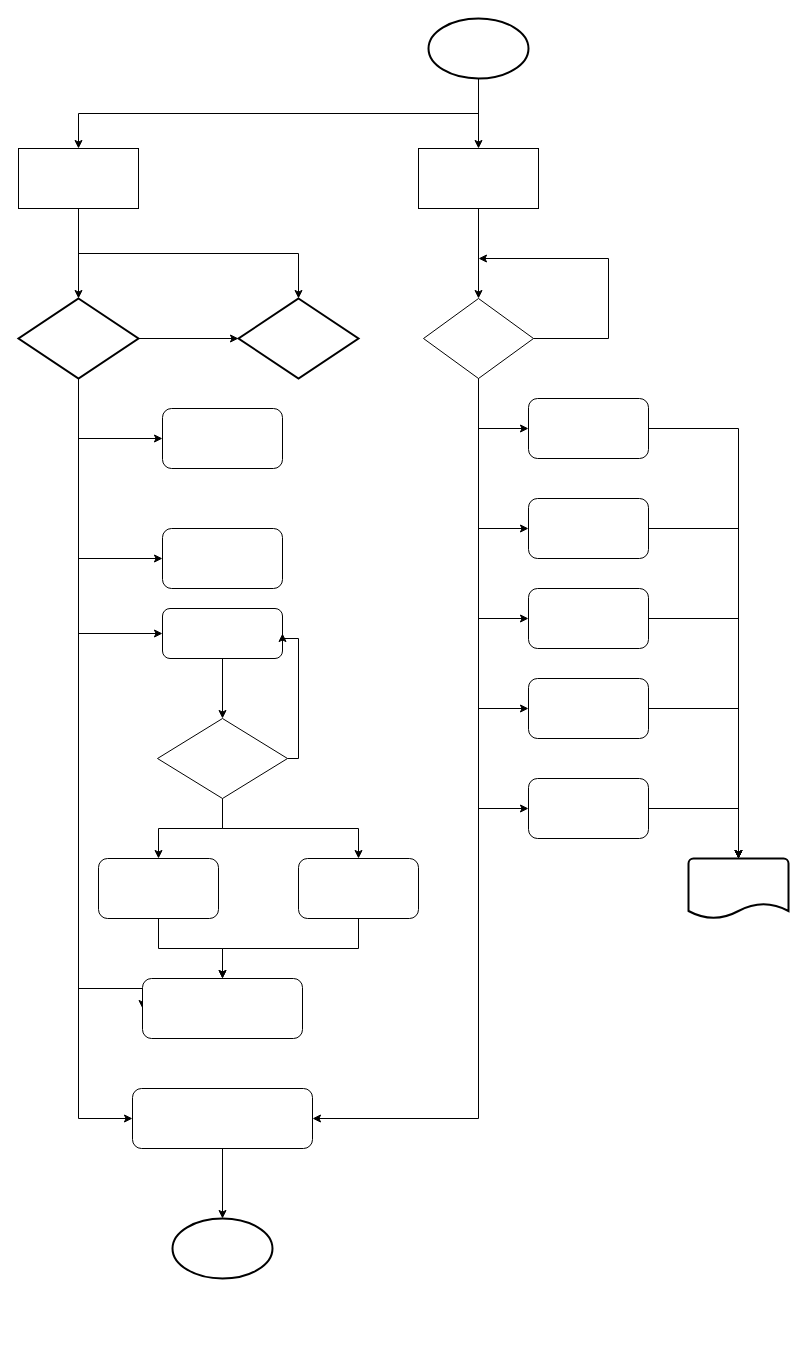
The draw.io diagram uploads/Untitled Diagram.drawio in Gerallt28/Tugas_akhir12, before the edit. Source tidied: cells renumbered, new cells numbered last; positions are measured from the earlier drawing's top-left corner, leaving out a move shared by most shapes. Both pictures are drawn from the tidied source at 100%, with x=0, y=0 at pixel (18, 18).
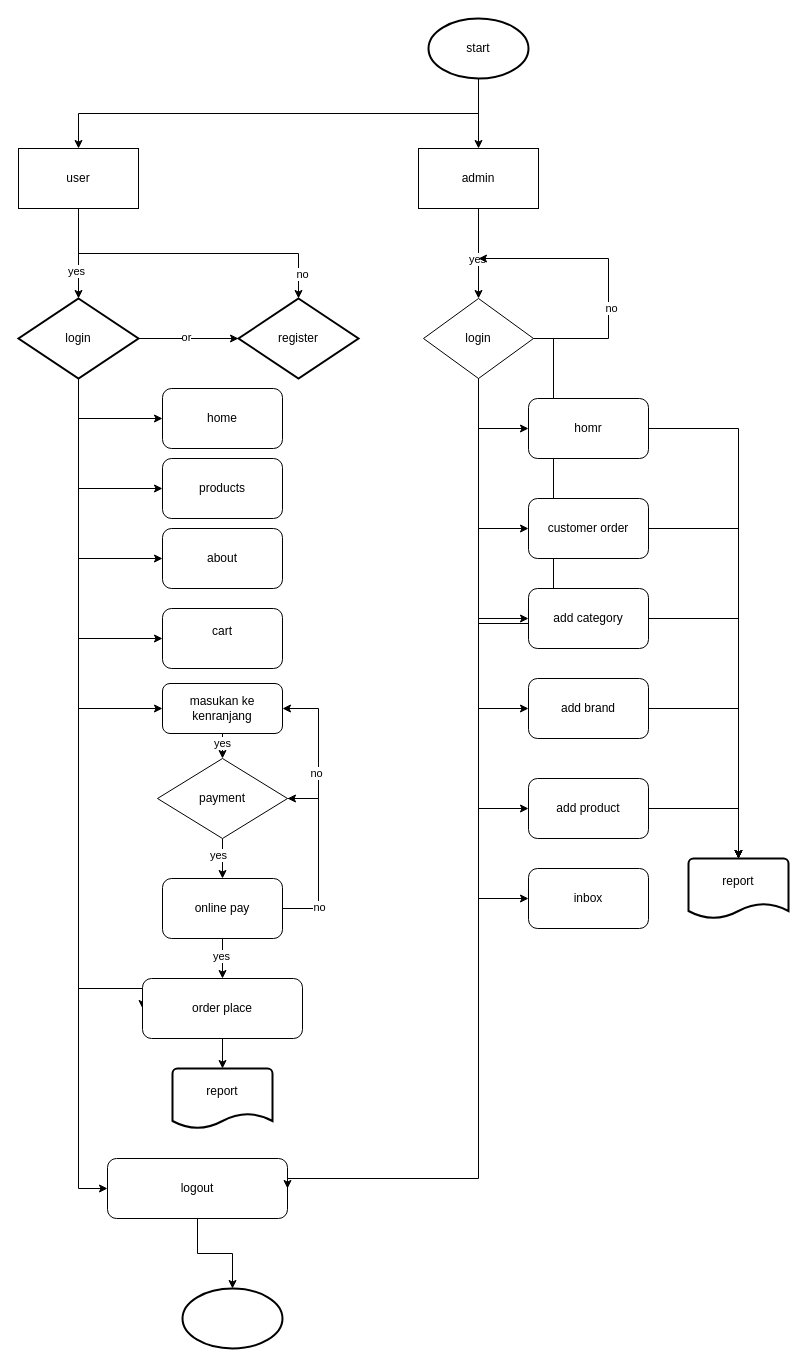
The same page after the edit.

Unchanged cells that the change refers to:
```xml
<mxCell id="7" style="edgeStyle=orthogonalEdgeStyle;rounded=0;jettySize=auto;html=1;" parent="1" edge="1" source="8" target="41">
  <mxGeometry relative="1" as="geometry" />
</mxCell>
<mxCell id="9" style="edgeStyle=orthogonalEdgeStyle;rounded=0;jettySize=auto;html=1;" parent="1" edge="1" source="11" target="18">
  <mxGeometry relative="1" as="geometry" />
</mxCell>
<mxCell id="10" style="edgeStyle=orthogonalEdgeStyle;rounded=0;jettySize=auto;html=1;exitX=0.5;exitY=1;exitDx=0;exitDy=0;" parent="1" edge="1" source="11" target="19">
  <mxGeometry relative="1" as="geometry" />
</mxCell>
<mxCell id="12" style="edgeStyle=orthogonalEdgeStyle;rounded=0;jettySize=auto;html=1;" parent="1" edge="1" source="18" target="19">
  <mxGeometry relative="1" as="geometry" />
</mxCell>
<mxCell id="24" style="edgeStyle=orthogonalEdgeStyle;rounded=0;jettySize=auto;html=1;" parent="1" edge="1" source="25" target="29">
  <mxGeometry relative="1" as="geometry" />
</mxCell>
<mxCell id="27" style="edgeStyle=orthogonalEdgeStyle;rounded=0;jettySize=auto;html=1;entryX=0.5;entryY=0;entryDx=0;entryDy=0;" parent="1" edge="1" source="29" target="33">
  <mxGeometry relative="1" as="geometry" />
</mxCell>
<mxCell id="32" style="edgeStyle=orthogonalEdgeStyle;rounded=0;jettySize=auto;html=1;entryX=0.5;entryY=0;entryDx=0;entryDy=0;" parent="1" edge="1" source="33" target="34">
  <mxGeometry relative="1" as="geometry" />
</mxCell>
<mxCell id="42" style="endArrow=classic;html=1;rounded=0;exitX=1;exitY=0.5;exitDx=0;exitDy=0;" parent="1" edge="1" source="41">
  <mxGeometry relative="1" as="geometry">
    <mxPoint x="460" y="240" as="targetPoint" />
    <Array as="points">
      <mxPoint x="590" y="320" />
      <mxPoint x="590" y="240" />
    </Array>
  </mxGeometry>
</mxCell>
```

Change to the diagram source:
```diff
@@
-    <mxCell id="4" style="strokeWidth=2;html=1;shape=mxgraph.flowchart.start_1;whiteSpace=wrap;" parent="1" vertex="1">
+    <mxCell id="4" value="start" style="strokeWidth=2;html=1;shape=mxgraph.flowchart.start_1;whiteSpace=wrap;" parent="1" vertex="1">
       <mxGeometry x="410" width="100" height="60" as="geometry" />
     </mxCell>
     <mxCell id="5" style="strokeWidth=2;html=1;shape=mxgraph.flowchart.start_1;whiteSpace=wrap;" parent="1" vertex="1">
-      <mxGeometry x="154" y="1200" width="100" height="60" as="geometry" />
+      <mxGeometry x="164" y="1270" width="100" height="60" as="geometry" />
     </mxCell>
@@
+    <mxCell id="54" value="yes" style="edgeLabel;html=1;align=center;verticalAlign=middle;" parent="7" vertex="1">
+      <mxGeometry x="0.12" y="-2" relative="1" as="geometry" />
+    </mxCell>
-    <mxCell id="8" style="rounded=0;whiteSpace=wrap;html=1;" parent="1" vertex="1">
+    <mxCell id="8" value="admin" style="rounded=0;whiteSpace=wrap;html=1;" parent="1" vertex="1">
       <mxGeometry x="400" y="130" width="120" height="60" as="geometry" />
     </mxCell>
@@
+    <mxCell id="55" value="yes" style="edgeLabel;html=1;align=center;verticalAlign=middle;" parent="9" vertex="1">
+      <mxGeometry x="0.37" y="-3" relative="1" as="geometry" />
+    </mxCell>
@@
+    <mxCell id="56" value="no" style="edgeLabel;html=1;align=center;verticalAlign=middle;" parent="10" vertex="1">
+      <mxGeometry x="0.84" y="3" relative="1" as="geometry" />
+    </mxCell>
-    <mxCell id="11" style="rounded=0;whiteSpace=wrap;html=1;" parent="1" vertex="1">
+    <mxCell id="11" value="user" style="rounded=0;whiteSpace=wrap;html=1;" parent="1" vertex="1">
       <mxGeometry y="130" width="120" height="60" as="geometry" />
     </mxCell>
@@
+    <mxCell id="57" value="or" style="edgeLabel;html=1;align=center;verticalAlign=middle;" parent="12" vertex="1">
+      <mxGeometry x="-0.07" y="2" relative="1" as="geometry" />
+    </mxCell>
@@
+    <mxCell id="58" style="edgeStyle=orthogonalEdgeStyle;rounded=0;jettySize=auto;html=1;entryX=0;entryY=0.5;entryDx=0;entryDy=0;exitX=0.5;exitY=1;exitDx=0;exitDy=0;exitPerimeter=0;" parent="1" edge="1" source="18" target="70">
+      <mxGeometry relative="1" as="geometry" />
+    </mxCell>
+    <mxCell id="59" style="edgeStyle=orthogonalEdgeStyle;rounded=0;jettySize=auto;html=1;entryX=0;entryY=0.5;entryDx=0;entryDy=0;exitX=0.5;exitY=1;exitDx=0;exitDy=0;exitPerimeter=0;" parent="1" edge="1" source="18" target="71">
+      <mxGeometry relative="1" as="geometry" />
+    </mxCell>
-    <mxCell id="18" style="strokeWidth=2;html=1;shape=mxgraph.flowchart.decision;whiteSpace=wrap;" parent="1" vertex="1">
+    <mxCell id="18" value="login" style="strokeWidth=2;html=1;shape=mxgraph.flowchart.decision;whiteSpace=wrap;" parent="1" vertex="1">
       <mxGeometry y="280" width="120" height="80" as="geometry" />
     </mxCell>
-    <mxCell id="19" style="strokeWidth=2;html=1;shape=mxgraph.flowchart.decision;whiteSpace=wrap;" parent="1" vertex="1">
+    <mxCell id="19" value="register" style="strokeWidth=2;html=1;shape=mxgraph.flowchart.decision;whiteSpace=wrap;" parent="1" vertex="1">
       <mxGeometry x="220" y="280" width="120" height="80" as="geometry" />
     </mxCell>
-    <mxCell id="20" style="rounded=1;whiteSpace=wrap;html=1;" parent="1" vertex="1">
-      <mxGeometry x="144" y="390" width="120" height="60" as="geometry" />
+    <mxCell id="20" value="home" style="rounded=1;whiteSpace=wrap;html=1;" parent="1" vertex="1">
+      <mxGeometry x="144" y="370" width="120" height="60" as="geometry" />
     </mxCell>
-    <mxCell id="21" style="rounded=1;whiteSpace=wrap;html=1;" parent="1" vertex="1">
-      <mxGeometry x="144" y="510" width="120" height="60" as="geometry" />
+    <mxCell id="21" value="products" style="rounded=1;whiteSpace=wrap;html=1;" parent="1" vertex="1">
+      <mxGeometry x="144" y="440" width="120" height="60" as="geometry" />
     </mxCell>
@@
-    <mxCell id="23" style="rounded=1;whiteSpace=wrap;html=1;" parent="1" vertex="1">
-      <mxGeometry x="114" y="1070" width="180" height="60" as="geometry" />
+    <mxCell id="23" value="logout" style="rounded=1;whiteSpace=wrap;html=1;" parent="1" vertex="1">
+      <mxGeometry x="89" y="1140" width="180" height="60" as="geometry" />
     </mxCell>
@@
+    <mxCell id="60" value="yes" style="edgeLabel;html=1;align=center;verticalAlign=middle;" parent="24" vertex="1">
+      <mxGeometry x="0.41" y="-1" relative="1" as="geometry" />
+    </mxCell>
-    <mxCell id="25" style="rounded=1;whiteSpace=wrap;html=1;" parent="1" vertex="1">
-      <mxGeometry x="144" y="590" width="120" height="50" as="geometry" />
+    <mxCell id="25" value="masukan ke kenranjang" style="rounded=1;whiteSpace=wrap;html=1;" parent="1" vertex="1">
+      <mxGeometry x="144" y="665" width="120" height="50" as="geometry" />
     </mxCell>
     <mxCell id="26" style="edgeStyle=orthogonalEdgeStyle;rounded=0;jettySize=auto;html=1;entryX=1;entryY=0.5;entryDx=0;entryDy=0;exitX=1;exitY=0.5;exitDx=0;exitDy=0;" parent="1" edge="1" source="29" target="25">
       <mxGeometry relative="1" as="geometry">
         <Array as="points">
-          <mxPoint x="280" y="740" />
-          <mxPoint x="280" y="620" />
+          <mxPoint x="300" y="780" />
+          <mxPoint x="300" y="690" />
         </Array>
       </mxGeometry>
     </mxCell>
+    <mxCell id="61" value="no" style="edgeLabel;html=1;align=center;verticalAlign=middle;" parent="26" vertex="1">
+      <mxGeometry x="-0.28" y="3" relative="1" as="geometry" />
+    </mxCell>
@@
-    <mxCell id="28" style="edgeStyle=orthogonalEdgeStyle;rounded=0;jettySize=auto;html=1;entryX=0.5;entryY=0;entryDx=0;entryDy=0;exitX=0.5;exitY=1;exitDx=0;exitDy=0;" parent="1" edge="1" source="29" target="31">
-      <mxGeometry relative="1" as="geometry" />
-    </mxCell>
+    <mxCell id="62" value="yes" style="edgeLabel;html=1;align=center;verticalAlign=middle;" parent="27" vertex="1">
+      <mxGeometry x="-0.27" y="-5" relative="1" as="geometry">
+        <mxPoint y="1" as="offset" />
+      </mxGeometry>
+    </mxCell>
-    <mxCell id="29" style="rhombus;whiteSpace=wrap;html=1;" parent="1" vertex="1">
-      <mxGeometry x="139" y="700" width="130" height="80" as="geometry" />
+    <mxCell id="29" value="payment" style="rhombus;whiteSpace=wrap;html=1;" parent="1" vertex="1">
+      <mxGeometry x="139" y="740" width="130" height="80" as="geometry" />
     </mxCell>
-    <mxCell id="30" style="edgeStyle=orthogonalEdgeStyle;rounded=0;jettySize=auto;html=1;" parent="1" edge="1" source="31" target="34">
-      <mxGeometry relative="1" as="geometry" />
-    </mxCell>
-    <mxCell id="31" style="rounded=1;whiteSpace=wrap;html=1;" parent="1" vertex="1">
-      <mxGeometry x="280" y="840" width="120" height="60" as="geometry" />
-    </mxCell>
@@
+    <mxCell id="63" value="yes" style="edgeLabel;html=1;align=center;verticalAlign=middle;" parent="32" vertex="1">
+      <mxGeometry x="-0.2" y="-2" relative="1" as="geometry">
+        <mxPoint y="1" as="offset" />
+      </mxGeometry>
+    </mxCell>
+    <mxCell id="64" style="edgeStyle=orthogonalEdgeStyle;rounded=0;jettySize=auto;html=1;entryX=1;entryY=0.5;entryDx=0;entryDy=0;exitX=1;exitY=0.5;exitDx=0;exitDy=0;" parent="1" edge="1" source="33" target="29">
+      <mxGeometry relative="1" as="geometry">
+        <Array as="points">
+          <mxPoint x="300" y="890" />
+          <mxPoint x="300" y="780" />
+        </Array>
+      </mxGeometry>
+    </mxCell>
+    <mxCell id="65" value="no" style="edgeLabel;html=1;align=center;verticalAlign=middle;" parent="64" vertex="1">
+      <mxGeometry x="-0.56" relative="1" as="geometry">
+        <mxPoint y="1" as="offset" />
+      </mxGeometry>
+    </mxCell>
-    <mxCell id="33" style="rounded=1;whiteSpace=wrap;html=1;" parent="1" vertex="1">
-      <mxGeometry x="80" y="840" width="120" height="60" as="geometry" />
+    <mxCell id="33" value="online pay" style="rounded=1;whiteSpace=wrap;html=1;" parent="1" vertex="1">
+      <mxGeometry x="144" y="860" width="120" height="60" as="geometry" />
     </mxCell>
+    <mxCell id="66" style="edgeStyle=orthogonalEdgeStyle;rounded=0;jettySize=auto;html=1;" parent="1" edge="1" source="34" target="69">
+      <mxGeometry relative="1" as="geometry" />
+    </mxCell>
-    <mxCell id="34" style="rounded=1;whiteSpace=wrap;html=1;" parent="1" vertex="1">
+    <mxCell id="34" value="order place" style="rounded=1;whiteSpace=wrap;html=1;" parent="1" vertex="1">
       <mxGeometry x="124" y="960" width="160" height="60" as="geometry" />
     </mxCell>
     <mxCell id="35" style="edgeStyle=orthogonalEdgeStyle;rounded=0;jettySize=auto;html=1;entryX=1;entryY=0.5;entryDx=0;entryDy=0;exitX=0.5;exitY=1;exitDx=0;exitDy=0;" parent="1" edge="1" source="41" target="23">
       <mxGeometry relative="1" as="geometry">
         <Array as="points">
-          <mxPoint x="460" y="1100" />
+          <mxPoint x="460" y="1160" />
+          <mxPoint x="269" y="1160" />
         </Array>
       </mxGeometry>
     </mxCell>
@@
+    <mxCell id="67" style="edgeStyle=orthogonalEdgeStyle;rounded=0;jettySize=auto;html=1;entryX=0;entryY=0.5;entryDx=0;entryDy=0;" parent="1" edge="1" source="41" target="72">
+      <mxGeometry relative="1" as="geometry">
+        <Array as="points">
+          <mxPoint x="535" y="320" />
+          <mxPoint x="535" y="605" />
+          <mxPoint x="460" y="605" />
+          <mxPoint x="460" y="880" />
+        </Array>
+      </mxGeometry>
+    </mxCell>
-    <mxCell id="41" style="rhombus;whiteSpace=wrap;html=1;" parent="1" vertex="1">
+    <mxCell id="41" value="login" style="rhombus;whiteSpace=wrap;html=1;" parent="1" vertex="1">
       <mxGeometry x="405" y="280" width="110" height="80" as="geometry" />
     </mxCell>
@@
+    <mxCell id="68" value="no" style="edgeLabel;html=1;align=center;verticalAlign=middle;" parent="42" vertex="1">
+      <mxGeometry x="-0.26" y="-2" relative="1" as="geometry">
+        <mxPoint y="-1" as="offset" />
+      </mxGeometry>
+    </mxCell>
-    <mxCell id="43" style="rounded=1;whiteSpace=wrap;html=1;" parent="1" vertex="1">
+    <mxCell id="43" value="homr" style="rounded=1;whiteSpace=wrap;html=1;" parent="1" vertex="1">
       <mxGeometry x="510" y="380" width="120" height="60" as="geometry" />
     </mxCell>
-    <mxCell id="44" style="rounded=1;whiteSpace=wrap;html=1;" parent="1" vertex="1">
+    <mxCell id="44" value="customer order" style="rounded=1;whiteSpace=wrap;html=1;" parent="1" vertex="1">
       <mxGeometry x="510" y="480" width="120" height="60" as="geometry" />
     </mxCell>
@@
-    <mxCell id="46" style="rounded=1;whiteSpace=wrap;html=1;" parent="1" vertex="1">
+    <mxCell id="46" value="add category" style="rounded=1;whiteSpace=wrap;html=1;" parent="1" vertex="1">
       <mxGeometry x="510" y="570" width="120" height="60" as="geometry" />
     </mxCell>
@@
-    <mxCell id="48" style="rounded=1;whiteSpace=wrap;html=1;" parent="1" vertex="1">
+    <mxCell id="48" value="add brand" style="rounded=1;whiteSpace=wrap;html=1;" parent="1" vertex="1">
       <mxGeometry x="510" y="660" width="120" height="60" as="geometry" />
     </mxCell>
-    <mxCell id="49" style="rounded=1;whiteSpace=wrap;html=1;" parent="1" vertex="1">
+    <mxCell id="49" value="add product" style="rounded=1;whiteSpace=wrap;html=1;" parent="1" vertex="1">
       <mxGeometry x="510" y="760" width="120" height="60" as="geometry" />
     </mxCell>
-    <mxCell id="50" style="strokeWidth=2;html=1;shape=mxgraph.flowchart.document2;whiteSpace=wrap;size=0.25;" parent="1" vertex="1">
+    <mxCell id="50" value="report&lt;div&gt;&lt;br/&gt;&lt;/div&gt;" style="strokeWidth=2;html=1;shape=mxgraph.flowchart.document2;whiteSpace=wrap;size=0.25;" parent="1" vertex="1">
       <mxGeometry x="670" y="840" width="100" height="60" as="geometry" />
     </mxCell>
@@
+    <mxCell id="69" value="report&lt;div&gt;&lt;br/&gt;&lt;/div&gt;" style="strokeWidth=2;html=1;shape=mxgraph.flowchart.document2;whiteSpace=wrap;size=0.25;" parent="1" vertex="1">
+      <mxGeometry x="154" y="1050" width="100" height="60" as="geometry" />
+    </mxCell>
+    <mxCell id="70" value="about" style="rounded=1;whiteSpace=wrap;html=1;" parent="1" vertex="1">
+      <mxGeometry x="144" y="510" width="120" height="60" as="geometry" />
+    </mxCell>
+    <mxCell id="71" value="cart&lt;div&gt;&lt;br/&gt;&lt;/div&gt;" style="rounded=1;whiteSpace=wrap;html=1;" parent="1" vertex="1">
+      <mxGeometry x="144" y="590" width="120" height="60" as="geometry" />
+    </mxCell>
+    <mxCell id="72" value="inbox" style="rounded=1;whiteSpace=wrap;html=1;" parent="1" vertex="1">
+      <mxGeometry x="510" y="850" width="120" height="60" as="geometry" />
+    </mxCell>
```
